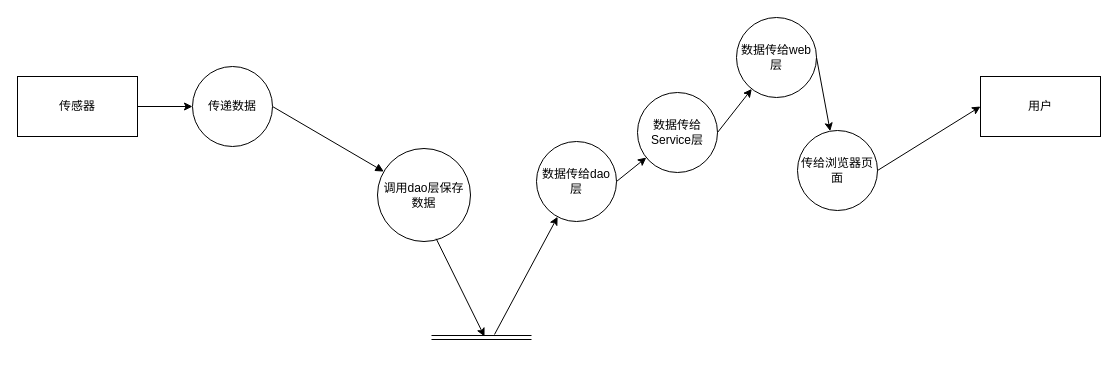
Above: ERt4图.drawio in z-laoyao/Study001 (draw.io), before the change. Source tidied: cells renumbered, new cells numbered last; positions are measured from the earlier drawing's top-left corner, leaving out a move shared by most shapes. Both pictures are drawn from the tidied source at 100%, with x=0, y=0 at pixel (17, 17).
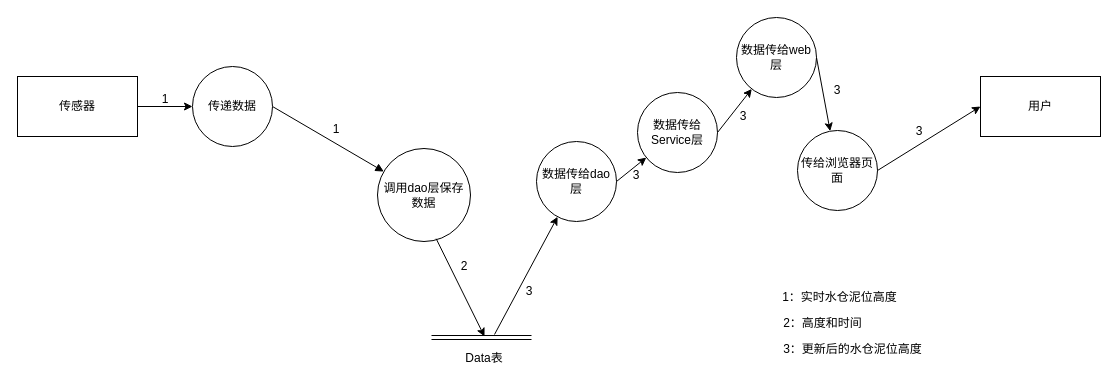
The same diagram, later.

The edit, as a diff of the source:
```diff
@@
+    <mxCell id="19" value="1：实时水仓泥位高度" style="text;html=1;strokeColor=none;fillColor=none;align=center;verticalAlign=middle;whiteSpace=wrap;rounded=0;" parent="1" vertex="1">
+      <mxGeometry x="732" y="270" width="181" height="20" as="geometry" />
+    </mxCell>
+    <mxCell id="20" value="3：更新后的水仓泥位高度" style="text;html=1;strokeColor=none;fillColor=none;align=center;verticalAlign=middle;whiteSpace=wrap;rounded=0;" parent="1" vertex="1">
+      <mxGeometry x="753" y="322" width="165" height="20" as="geometry" />
+    </mxCell>
+    <mxCell id="21" value="1" style="text;html=1;strokeColor=none;fillColor=none;align=center;verticalAlign=middle;whiteSpace=wrap;rounded=0;" parent="1" vertex="1">
+      <mxGeometry x="128" y="72" width="40" height="20" as="geometry" />
+    </mxCell>
+    <mxCell id="22" value="2" style="text;html=1;strokeColor=none;fillColor=none;align=center;verticalAlign=middle;whiteSpace=wrap;rounded=0;" parent="1" vertex="1">
+      <mxGeometry x="427" y="239" width="40" height="20" as="geometry" />
+    </mxCell>
+    <mxCell id="23" value="1" style="text;html=1;strokeColor=none;fillColor=none;align=center;verticalAlign=middle;whiteSpace=wrap;rounded=0;" parent="1" vertex="1">
+      <mxGeometry x="299" y="102" width="40" height="20" as="geometry" />
+    </mxCell>
+    <mxCell id="24" value="2：高度和时间" style="text;html=1;strokeColor=none;fillColor=none;align=center;verticalAlign=middle;whiteSpace=wrap;rounded=0;" parent="1" vertex="1">
+      <mxGeometry x="727" y="296" width="157" height="20" as="geometry" />
+    </mxCell>
+    <mxCell id="25" value="Data表" style="text;html=1;strokeColor=none;fillColor=none;align=center;verticalAlign=middle;whiteSpace=wrap;rounded=0;" parent="1" vertex="1">
+      <mxGeometry x="447" y="331" width="40" height="20" as="geometry" />
+    </mxCell>
+    <mxCell id="26" value="3" style="text;html=1;strokeColor=none;fillColor=none;align=center;verticalAlign=middle;whiteSpace=wrap;rounded=0;" parent="1" vertex="1">
+      <mxGeometry x="882" y="104" width="40" height="20" as="geometry" />
+    </mxCell>
+    <mxCell id="27" value="3" style="text;html=1;strokeColor=none;fillColor=none;align=center;verticalAlign=middle;whiteSpace=wrap;rounded=0;" parent="1" vertex="1">
+      <mxGeometry x="800" y="63" width="40" height="20" as="geometry" />
+    </mxCell>
+    <mxCell id="28" value="3" style="text;html=1;strokeColor=none;fillColor=none;align=center;verticalAlign=middle;whiteSpace=wrap;rounded=0;" parent="1" vertex="1">
+      <mxGeometry x="706" y="89" width="40" height="20" as="geometry" />
+    </mxCell>
+    <mxCell id="29" value="3" style="text;html=1;strokeColor=none;fillColor=none;align=center;verticalAlign=middle;whiteSpace=wrap;rounded=0;" parent="1" vertex="1">
+      <mxGeometry x="599" y="148" width="40" height="20" as="geometry" />
+    </mxCell>
+    <mxCell id="30" value="3" style="text;html=1;strokeColor=none;fillColor=none;align=center;verticalAlign=middle;whiteSpace=wrap;rounded=0;" parent="1" vertex="1">
+      <mxGeometry x="492" y="264" width="40" height="20" as="geometry" />
+    </mxCell>
```
